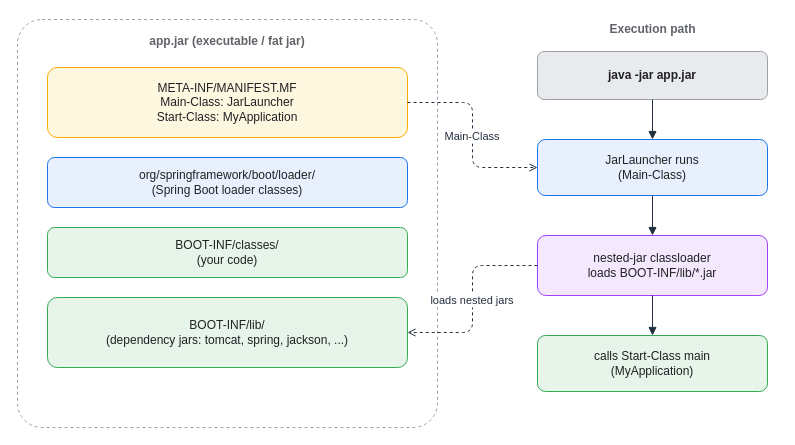
Above: assets/img/spring/spring-08-fatjar-layout.drawio in KKamJi98/kkamji98.github.io (draw.io), before the change. Source tidied: cells renumbered, new cells numbered last; positions are measured from the earlier drawing's top-left corner, leaving out a move shared by most shapes. Both pictures are drawn from the tidied source at 100%, with x=0, y=0 at pixel (17, 17).
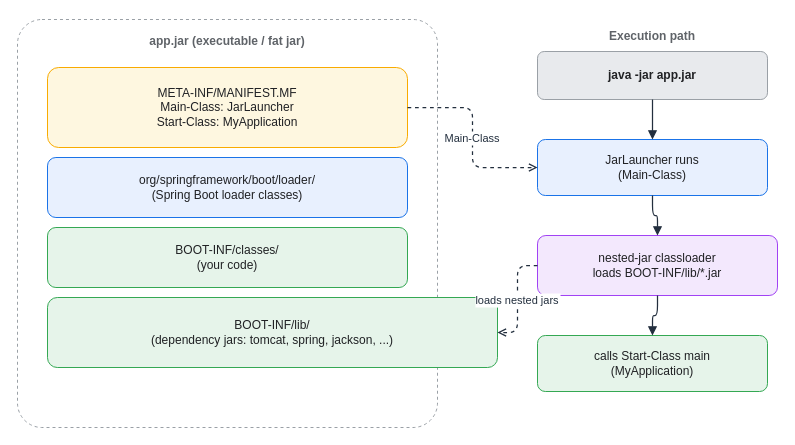
After the change.

The edit, as a diff of the source:
```diff
@@
 <mxGraphModel background="#FFFFFF">
   <root>
     <mxCell id="0" />
     <mxCell id="1" parent="0" />
-    <mxCell id="2" value="app.jar (executable / fat jar)" style="rounded=1;whiteSpace=wrap;html=1;arcSize=6;shadow=0;fillColor=#FFFFFF;strokeColor=#9AA0A6;fontColor=#5F6368;fontStyle=1;verticalAlign=top;align=center;dashed=1;spacingTop=8;" parent="1" vertex="1">
+    <mxCell id="2" value="app.jar (executable / fat jar)" style="rounded=1;whiteSpace=wrap;html=0;arcSize=6;shadow=0;fillColor=#FFFFFF;strokeColor=#9AA0A6;fontColor=#5F6368;fontStyle=1;verticalAlign=top;align=center;dashed=1;spacingTop=8;" parent="1" vertex="1">
       <mxGeometry y="2" width="420" height="408" as="geometry" />
     </mxCell>
-    <mxCell id="3" value="META-INF/MANIFEST.MF&#10;Main-Class: JarLauncher&#10;Start-Class: MyApplication" style="rounded=1;whiteSpace=wrap;html=1;arcSize=14;shadow=0;fillColor=#FEF7E0;strokeColor=#F9AB00;fontColor=#202124;" parent="1" vertex="1">
-      <mxGeometry x="30" y="50" width="360" height="70" as="geometry" />
+    <mxCell id="3" value="META-INF/MANIFEST.MF&#10;Main-Class: JarLauncher&#10;Start-Class: MyApplication" style="rounded=1;whiteSpace=wrap;html=0;arcSize=14;shadow=0;fillColor=#FEF7E0;strokeColor=#F9AB00;fontColor=#202124;" parent="1" vertex="1">
+      <mxGeometry x="30" y="50" width="360" height="80" as="geometry" />
     </mxCell>
-    <mxCell id="4" value="org/springframework/boot/loader/&#10;(Spring Boot loader classes)" style="rounded=1;whiteSpace=wrap;html=1;arcSize=14;shadow=0;fillColor=#E8F0FE;strokeColor=#1A73E8;fontColor=#202124;" parent="1" vertex="1">
-      <mxGeometry x="30" y="140" width="360" height="50" as="geometry" />
+    <mxCell id="4" value="org/springframework/boot/loader/&#10;(Spring Boot loader classes)" style="rounded=1;whiteSpace=wrap;html=0;arcSize=14;shadow=0;fillColor=#E8F0FE;strokeColor=#1A73E8;fontColor=#202124;" parent="1" vertex="1">
+      <mxGeometry x="30" y="140" width="360" height="60" as="geometry" />
     </mxCell>
-    <mxCell id="5" value="BOOT-INF/classes/&#10;(your code)" style="rounded=1;whiteSpace=wrap;html=1;arcSize=14;shadow=0;fillColor=#E6F4EA;strokeColor=#34A853;fontColor=#202124;" parent="1" vertex="1">
-      <mxGeometry x="30" y="210" width="360" height="50" as="geometry" />
+    <mxCell id="5" value="BOOT-INF/classes/&#10;(your code)" style="rounded=1;whiteSpace=wrap;html=0;arcSize=14;shadow=0;fillColor=#E6F4EA;strokeColor=#34A853;fontColor=#202124;" parent="1" vertex="1">
+      <mxGeometry x="30" y="210" width="360" height="60" as="geometry" />
     </mxCell>
-    <mxCell id="6" value="BOOT-INF/lib/&#10;(dependency jars: tomcat, spring, jackson, ...)" style="rounded=1;whiteSpace=wrap;html=1;arcSize=14;shadow=0;fillColor=#E6F4EA;strokeColor=#34A853;fontColor=#202124;" parent="1" vertex="1">
-      <mxGeometry x="30" y="280" width="360" height="70" as="geometry" />
+    <mxCell id="6" value="BOOT-INF/lib/&#10;(dependency jars: tomcat, spring, jackson, ...)" style="rounded=1;whiteSpace=wrap;html=0;arcSize=14;shadow=0;fillColor=#E6F4EA;strokeColor=#34A853;fontColor=#202124;" parent="1" vertex="1">
+      <mxGeometry x="30" y="280" width="450" height="70" as="geometry" />
     </mxCell>
-    <mxCell id="7" value="Execution path" style="text;html=1;align=center;verticalAlign=middle;fontSize=12;fontStyle=1;fontColor=#5F6368;" parent="1" vertex="1">
-      <mxGeometry x="520" width="230" height="24" as="geometry" />
+    <mxCell id="7" value="Execution path" style="text;html=0;align=center;verticalAlign=middle;fontSize=12;fontStyle=1;fontColor=#5F6368;" parent="1" vertex="1">
+      <mxGeometry x="520" width="230" height="35" as="geometry" />
     </mxCell>
-    <mxCell id="8" value="java -jar app.jar" style="rounded=1;whiteSpace=wrap;html=1;arcSize=14;shadow=0;fillColor=#E8EAED;strokeColor=#9AA0A6;fontColor=#202124;fontStyle=1;" parent="1" vertex="1">
+    <mxCell id="8" value="java -jar app.jar" style="rounded=1;whiteSpace=wrap;html=0;arcSize=14;shadow=0;fillColor=#E8EAED;strokeColor=#9AA0A6;fontColor=#202124;fontStyle=1;" parent="1" vertex="1">
       <mxGeometry x="520" y="34" width="230" height="48" as="geometry" />
     </mxCell>
-    <mxCell id="9" value="JarLauncher runs&#10;(Main-Class)" style="rounded=1;whiteSpace=wrap;html=1;arcSize=14;shadow=0;fillColor=#E8F0FE;strokeColor=#1A73E8;fontColor=#202124;" parent="1" vertex="1">
+    <mxCell id="9" value="JarLauncher runs&#10;(Main-Class)" style="rounded=1;whiteSpace=wrap;html=0;arcSize=14;shadow=0;fillColor=#E8F0FE;strokeColor=#1A73E8;fontColor=#202124;" parent="1" vertex="1">
       <mxGeometry x="520" y="122" width="230" height="56" as="geometry" />
     </mxCell>
-    <mxCell id="10" value="nested-jar classloader&#10;loads BOOT-INF/lib/*.jar" style="rounded=1;whiteSpace=wrap;html=1;arcSize=14;shadow=0;fillColor=#F3E8FD;strokeColor=#A142F4;fontColor=#202124;" parent="1" vertex="1">
-      <mxGeometry x="520" y="218" width="230" height="60" as="geometry" />
+    <mxCell id="10" value="nested-jar classloader&#10;loads BOOT-INF/lib/*.jar" style="rounded=1;whiteSpace=wrap;html=0;arcSize=14;shadow=0;fillColor=#F3E8FD;strokeColor=#A142F4;fontColor=#202124;" parent="1" vertex="1">
+      <mxGeometry x="520" y="218" width="240" height="60" as="geometry" />
     </mxCell>
-    <mxCell id="11" value="calls Start-Class main&#10;(MyApplication)" style="rounded=1;whiteSpace=wrap;html=1;arcSize=14;shadow=0;fillColor=#E6F4EA;strokeColor=#34A853;fontColor=#202124;" parent="1" vertex="1">
+    <mxCell id="11" value="calls Start-Class main&#10;(MyApplication)" style="rounded=1;whiteSpace=wrap;html=0;arcSize=14;shadow=0;fillColor=#E6F4EA;strokeColor=#34A853;fontColor=#202124;" parent="1" vertex="1">
       <mxGeometry x="520" y="318" width="230" height="56" as="geometry" />
     </mxCell>
-    <mxCell id="12" style="edgeStyle=orthogonalEdgeStyle;rounded=1;html=1;strokeColor=#232F3E;fontColor=#232F3E;labelBackgroundColor=none;endArrow=block;exitX=0.5;exitY=1;exitDx=0;exitDy=0;entryX=0.5;entryY=0;entryDx=0;entryDy=0;" parent="1" edge="1" source="8" target="9">
+    <mxCell id="12" style="edgeStyle=orthogonalEdgeStyle;rounded=1;html=0;strokeColor=#232F3E;fontColor=#232F3E;labelBackgroundColor=none;endArrow=block;exitX=0.5;exitY=1;exitDx=0;exitDy=0;entryX=0.5;entryY=0;entryDx=0;entryDy=0;strokeWidth=1.25;" parent="1" edge="1" source="8" target="9">
       <mxGeometry relative="1" as="geometry" />
     </mxCell>
-    <mxCell id="13" style="edgeStyle=orthogonalEdgeStyle;rounded=1;html=1;strokeColor=#232F3E;fontColor=#232F3E;labelBackgroundColor=none;endArrow=block;exitX=0.5;exitY=1;exitDx=0;exitDy=0;entryX=0.5;entryY=0;entryDx=0;entryDy=0;" parent="1" edge="1" source="9" target="10">
+    <mxCell id="13" style="edgeStyle=orthogonalEdgeStyle;rounded=1;html=0;strokeColor=#232F3E;fontColor=#232F3E;labelBackgroundColor=none;endArrow=block;exitX=0.5;exitY=1;exitDx=0;exitDy=0;entryX=0.5;entryY=0;entryDx=0;entryDy=0;strokeWidth=1.25;" parent="1" edge="1" source="9" target="10">
       <mxGeometry relative="1" as="geometry" />
     </mxCell>
-    <mxCell id="14" style="edgeStyle=orthogonalEdgeStyle;rounded=1;html=1;strokeColor=#232F3E;fontColor=#232F3E;labelBackgroundColor=none;endArrow=block;exitX=0.5;exitY=1;exitDx=0;exitDy=0;entryX=0.5;entryY=0;entryDx=0;entryDy=0;" parent="1" edge="1" source="10" target="11">
+    <mxCell id="14" style="edgeStyle=orthogonalEdgeStyle;rounded=1;html=0;strokeColor=#232F3E;fontColor=#232F3E;labelBackgroundColor=none;endArrow=block;exitX=0.5;exitY=1;exitDx=0;exitDy=0;entryX=0.5;entryY=0;entryDx=0;entryDy=0;strokeWidth=1.25;" parent="1" edge="1" source="10" target="11">
       <mxGeometry relative="1" as="geometry" />
     </mxCell>
-    <mxCell id="15" value="Main-Class" style="edgeStyle=orthogonalEdgeStyle;rounded=1;html=0;dashed=1;fontColor=#232F3E;strokeColor=#232F3E;labelBackgroundColor=#FFFFFF;endArrow=open;endSize=6;exitX=1;exitY=0.5;exitDx=0;exitDy=0;entryX=0;entryY=0.5;entryDx=0;entryDy=0;" parent="1" edge="1" source="3" target="9">
+    <mxCell id="15" value="Main-Class" style="edgeStyle=orthogonalEdgeStyle;rounded=1;html=0;dashed=1;fontColor=#232F3E;strokeColor=#232F3E;labelBackgroundColor=#FFFFFF;endArrow=open;endSize=6;exitX=1;exitY=0.5;exitDx=0;exitDy=0;entryX=0;entryY=0.5;entryDx=0;entryDy=0;strokeWidth=1.25;" parent="1" edge="1" source="3" target="9">
       <mxGeometry relative="1" as="geometry" />
     </mxCell>
-    <mxCell id="16" value="loads nested jars" style="edgeStyle=orthogonalEdgeStyle;rounded=1;html=0;dashed=1;fontColor=#232F3E;strokeColor=#232F3E;labelBackgroundColor=#FFFFFF;endArrow=open;endSize=6;exitX=0;exitY=0.5;exitDx=0;exitDy=0;entryX=1;entryY=0.5;entryDx=0;entryDy=0;" parent="1" edge="1" source="10" target="6">
+    <mxCell id="16" value="loads nested jars" style="edgeStyle=orthogonalEdgeStyle;rounded=1;html=0;dashed=1;fontColor=#232F3E;strokeColor=#232F3E;labelBackgroundColor=#FFFFFF;endArrow=open;endSize=6;exitX=0;exitY=0.5;exitDx=0;exitDy=0;entryX=1;entryY=0.5;entryDx=0;entryDy=0;strokeWidth=1.25;" parent="1" edge="1" source="10" target="6">
       <mxGeometry relative="1" as="geometry" />
     </mxCell>
   </root>
 </mxGraphModel>
```
